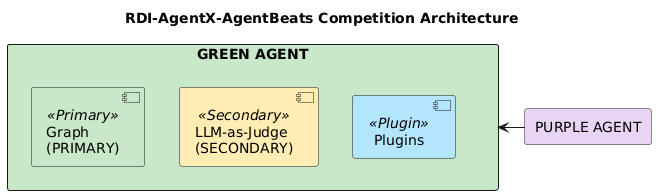
qte77/RDI-AgentBeats-MAS-GraphJudge keeps this PlantUML diagram as assets/AgenticBenchArch.png. Above is the earlier version. Its diagram source:
```plantuml
@startuml RDI-AgentX-Architecture
title RDI-AgentX-AgentBeats Competition Architecture

skinparam component {
    BackgroundColor<<Agent>> #E8D5F2
    BackgroundColor<<Primary>> #C8E6C9
    BackgroundColor<<Secondary>> #FFECB3
    BackgroundColor<<Plugin>> #B3E5FC
}

skinparam packageStyle rectangle
skinparam linetype ortho

package "PURPLE AGENT" as PurpleAgent #E8D5F2 {
}

package "GREEN AGENT" as GreenAgent #C8E6C9 {
  component "Graph\n(PRIMARY)" as Graph <<Primary>>
  component "LLM-as-Judge\n(SECONDARY)" as LLMJudge <<Secondary>>
  component "Plugins" as Plugins <<Plugin>>

  Graph -[hidden]right- LLMJudge
  LLMJudge -[hidden]right- Plugins
}

PurpleAgent -right-> GreenAgent

@enduml
```
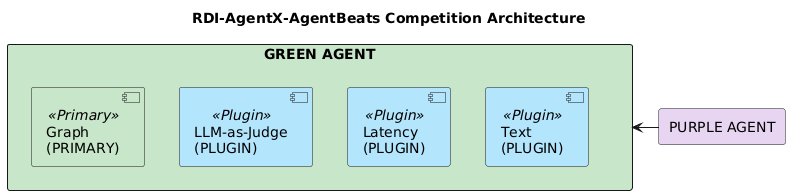
After the change.

What changed in the source:
```diff
@@ -1,4 +1,4 @@
-@startuml RDI-AgentX-Architecture
+@startuml
 title RDI-AgentX-AgentBeats Competition Architecture
 
 skinparam component {
@@ -16,13 +16,14 @@
 
 package "GREEN AGENT" as GreenAgent #C8E6C9 {
   component "Graph\n(PRIMARY)" as Graph <<Primary>>
-  component "LLM-as-Judge\n(SECONDARY)" as LLMJudge <<Secondary>>
-  component "Plugins" as Plugins <<Plugin>>
+  component "LLM-as-Judge\n(PLUGIN)" as LLMJudge <<Plugin>>
+  component "Latency\n(PLUGIN)" as Latency <<Plugin>>
+  component "Text\n(PLUGIN)" as TextPlugin <<Plugin>>
 
   Graph -[hidden]right- LLMJudge
-  LLMJudge -[hidden]right- Plugins
+  LLMJudge -[hidden]right- Latency
+  Latency -[hidden]right- TextPlugin
 }
 
 PurpleAgent -right-> GreenAgent
-
 @enduml
```
